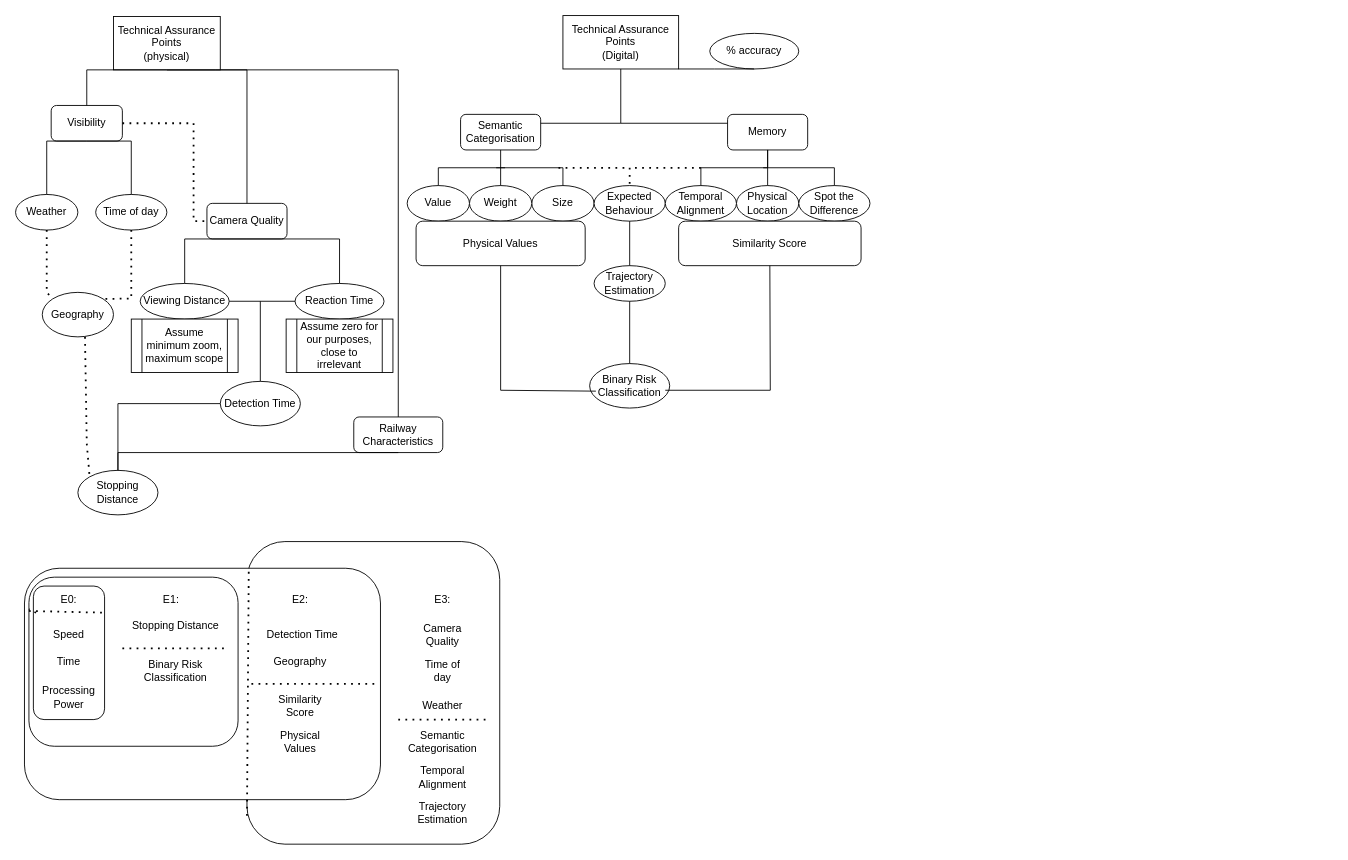
This is SafetyTree.drawio from TortoiseFather/SimpleRailwaySim, a draw.io file, before an edit. Source tidied: cells renumbered, new cells numbered last; positions are measured from the earlier drawing's top-left corner, leaving out a move shared by most shapes. Both pictures are drawn from the tidied source at 89%, with x=0, y=0 at pixel (15, 15).
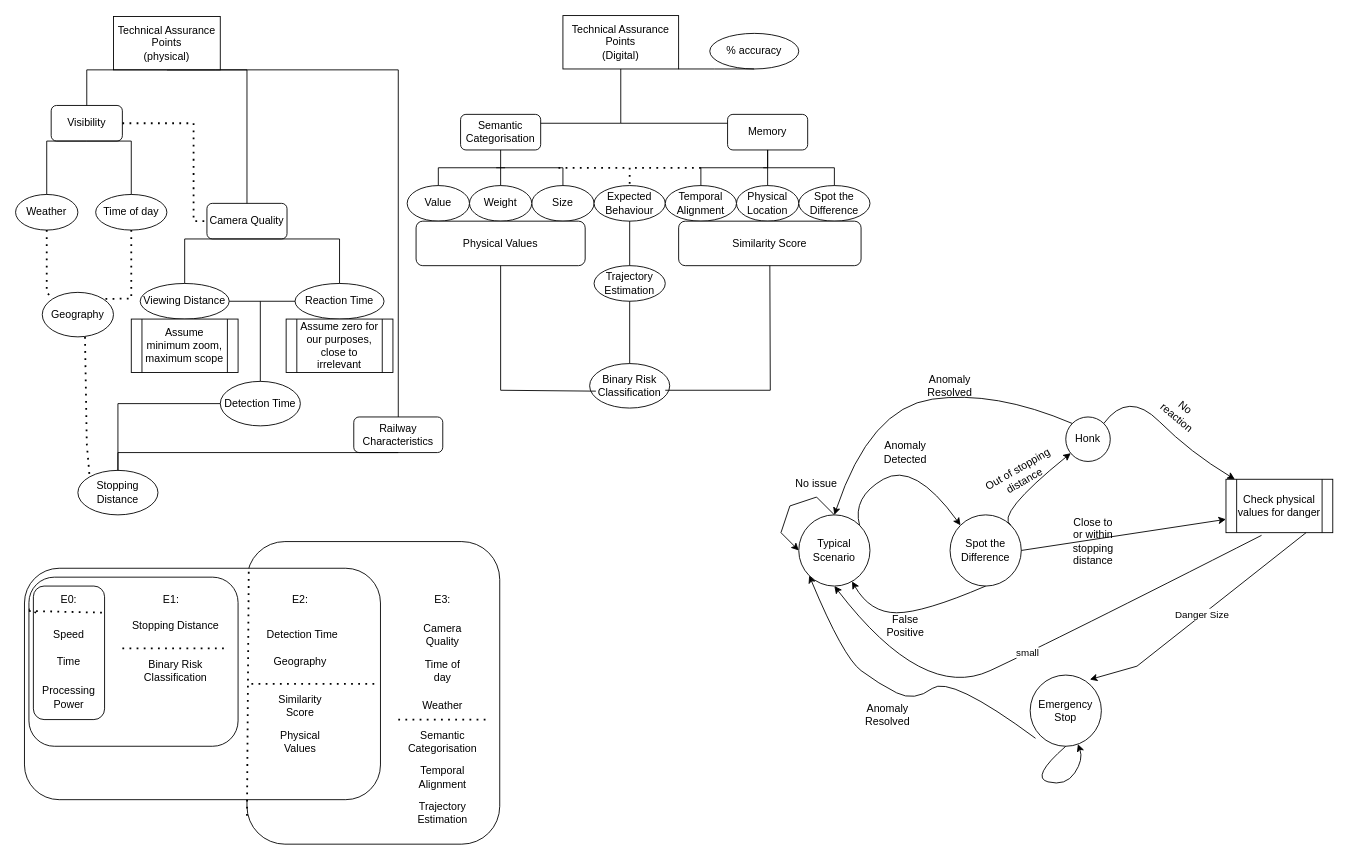
The same page after the edit.

What changed in the source:
```diff
@@
+    <mxCell id="89" value="Typical Scenario" style="ellipse;whiteSpace=wrap;html=1;" parent="1" vertex="1">
+      <mxGeometry x="880" y="561" width="80" height="80" as="geometry" />
+    </mxCell>
+    <mxCell id="90" style="endArrow=classic;html=1;rounded=0;exitX=0.5;exitY=0;exitDx=0;exitDy=0;entryX=0;entryY=0.5;entryDx=0;entryDy=0;" parent="1" edge="1" source="89" target="89">
+      <mxGeometry relative="1" as="geometry">
+        <Array as="points">
+          <mxPoint x="900" y="541" />
+          <mxPoint x="870" y="551" />
+          <mxPoint x="860" y="581" />
+        </Array>
+      </mxGeometry>
+    </mxCell>
+    <mxCell id="91" value="No issue" style="text;html=1;strokeColor=none;fillColor=none;align=center;verticalAlign=middle;whiteSpace=wrap;rounded=0;" parent="1" vertex="1">
+      <mxGeometry x="870" y="511" width="60" height="30" as="geometry" />
+    </mxCell>
+    <mxCell id="92" value="Spot the Difference" style="ellipse;whiteSpace=wrap;html=1;" parent="1" vertex="1">
+      <mxGeometry x="1050" y="561" width="80" height="80" as="geometry" />
+    </mxCell>
+    <mxCell id="93" style="curved=1;endArrow=classic;html=1;rounded=0;exitX=1;exitY=0;exitDx=0;exitDy=0;entryX=0;entryY=0;entryDx=0;entryDy=0;" parent="1" edge="1" source="89" target="92">
+      <mxGeometry relative="1" as="geometry">
+        <Array as="points">
+          <mxPoint x="940" y="541" />
+          <mxPoint x="1010" y="501" />
+        </Array>
+      </mxGeometry>
+    </mxCell>
+    <mxCell id="94" value="Anomaly Detected" style="text;html=1;strokeColor=none;fillColor=none;align=center;verticalAlign=middle;whiteSpace=wrap;rounded=0;" parent="1" vertex="1">
+      <mxGeometry x="970" y="476" width="60" height="30" as="geometry" />
+    </mxCell>
+    <mxCell id="95" style="curved=1;endArrow=classic;html=1;rounded=0;exitX=0.5;exitY=1;exitDx=0;exitDy=0;" parent="1" edge="1" source="92" target="89">
+      <mxGeometry relative="1" as="geometry">
+        <Array as="points">
+          <mxPoint x="1020" y="671" />
+          <mxPoint x="960" y="671" />
+        </Array>
+      </mxGeometry>
+    </mxCell>
+    <mxCell id="96" value="False Positive" style="text;html=1;strokeColor=none;fillColor=none;align=center;verticalAlign=middle;whiteSpace=wrap;rounded=0;" parent="1" vertex="1">
+      <mxGeometry x="970" y="671" width="60" height="30" as="geometry" />
+    </mxCell>
+    <mxCell id="97" value="Honk" style="ellipse;whiteSpace=wrap;html=1;" parent="1" vertex="1">
+      <mxGeometry x="1180" y="451" width="50" height="50" as="geometry" />
+    </mxCell>
+    <mxCell id="98" value="Emergency Stop" style="ellipse;whiteSpace=wrap;html=1;" parent="1" vertex="1">
+      <mxGeometry x="1140" y="741" width="80" height="80" as="geometry" />
+    </mxCell>
+    <mxCell id="99" style="curved=1;endArrow=classic;html=1;rounded=0;exitX=0.5;exitY=1;exitDx=0;exitDy=0;" parent="1" edge="1" source="98" target="98">
+      <mxGeometry relative="1" as="geometry">
+        <Array as="points">
+          <mxPoint x="1140" y="856" />
+          <mxPoint x="1180" y="866" />
+          <mxPoint x="1200" y="836" />
+        </Array>
+      </mxGeometry>
+    </mxCell>
+    <mxCell id="100" style="curved=1;endArrow=classic;html=1;rounded=0;exitX=0.075;exitY=0.888;exitDx=0;exitDy=0;exitPerimeter=0;entryX=0;entryY=1;entryDx=0;entryDy=0;" parent="1" edge="1" source="98" target="89">
+      <mxGeometry relative="1" as="geometry">
+        <Array as="points">
+          <mxPoint x="1050" y="741" />
+          <mxPoint x="1010" y="771" />
+          <mxPoint x="970" y="751" />
+          <mxPoint x="930" y="721" />
+        </Array>
+      </mxGeometry>
+    </mxCell>
+    <mxCell id="101" value="Anomaly Resolved" style="text;html=1;strokeColor=none;fillColor=none;align=center;verticalAlign=middle;whiteSpace=wrap;rounded=0;" parent="1" vertex="1">
+      <mxGeometry x="950" y="771" width="60" height="30" as="geometry" />
+    </mxCell>
+    <mxCell id="102" style="curved=1;endArrow=classic;html=1;rounded=0;exitX=1;exitY=0;exitDx=0;exitDy=0;" parent="1" edge="1" source="92" target="97">
+      <mxGeometry relative="1" as="geometry">
+        <Array as="points">
+          <mxPoint x="1100" y="561" />
+        </Array>
+      </mxGeometry>
+    </mxCell>
+    <mxCell id="103" value="Out of stopping distance" style="text;html=1;strokeColor=none;fillColor=none;align=center;verticalAlign=middle;whiteSpace=wrap;rounded=0;rotation=-30;" parent="1" vertex="1">
+      <mxGeometry x="1080" y="501" width="100" height="30" as="geometry" />
+    </mxCell>
+    <mxCell id="104" style="curved=1;endArrow=classic;html=1;rounded=0;exitX=0;exitY=0;exitDx=0;exitDy=0;entryX=0.5;entryY=0;entryDx=0;entryDy=0;" parent="1" edge="1" source="97" target="89">
+      <mxGeometry relative="1" as="geometry">
+        <Array as="points">
+          <mxPoint x="1100" y="421" />
+          <mxPoint x="960" y="441" />
+        </Array>
+      </mxGeometry>
+    </mxCell>
+    <mxCell id="105" value="Anomaly Resolved" style="text;html=1;strokeColor=none;fillColor=none;align=center;verticalAlign=middle;whiteSpace=wrap;rounded=0;" parent="1" vertex="1">
+      <mxGeometry x="1020" y="401" width="60" height="30" as="geometry" />
+    </mxCell>
+    <mxCell id="106" value="Check physical values for danger" style="shape=process;whiteSpace=wrap;html=1;backgroundOutline=1;" parent="1" vertex="1">
+      <mxGeometry x="1360" y="521" width="120" height="60" as="geometry" />
+    </mxCell>
+    <mxCell id="107" style="curved=1;endArrow=classic;html=1;rounded=0;exitX=1;exitY=0;exitDx=0;exitDy=0;" parent="1" edge="1" source="97" target="106">
+      <mxGeometry relative="1" as="geometry">
+        <Array as="points">
+          <mxPoint x="1250" y="421" />
+          <mxPoint x="1320" y="491" />
+        </Array>
+      </mxGeometry>
+    </mxCell>
+    <mxCell id="108" value="No reaction" style="text;html=1;strokeColor=none;fillColor=none;align=center;verticalAlign=middle;whiteSpace=wrap;rounded=0;rotation=40;" parent="1" vertex="1">
+      <mxGeometry x="1280" y="431" width="60" height="30" as="geometry" />
+    </mxCell>
+    <mxCell id="109" style="endArrow=classic;html=1;rounded=0;exitX=1;exitY=0.5;exitDx=0;exitDy=0;entryX=0;entryY=0.75;entryDx=0;entryDy=0;" parent="1" edge="1" source="92" target="106">
+      <mxGeometry relative="1" as="geometry" />
+    </mxCell>
+    <mxCell id="110" value="Close to or within stopping distance" style="text;html=1;strokeColor=none;fillColor=none;align=center;verticalAlign=middle;whiteSpace=wrap;rounded=0;" parent="1" vertex="1">
+      <mxGeometry x="1181" y="551" width="60" height="80" as="geometry" />
+    </mxCell>
+    <mxCell id="111" value="Danger Size" style="endArrow=classic;html=1;rounded=0;entryX=0.838;entryY=0.063;entryDx=0;entryDy=0;entryPerimeter=0;exitX=0.75;exitY=1;exitDx=0;exitDy=0;" parent="1" edge="1" source="106" target="98">
+      <mxGeometry relative="1" as="geometry">
+        <Array as="points">
+          <mxPoint x="1260" y="731" />
+        </Array>
+      </mxGeometry>
+    </mxCell>
+    <mxCell id="112" value="small" style="curved=1;endArrow=classic;html=1;rounded=0;exitX=0.333;exitY=1.05;exitDx=0;exitDy=0;exitPerimeter=0;entryX=0.5;entryY=1;entryDx=0;entryDy=0;" parent="1" edge="1" source="106" target="89">
+      <mxGeometry relative="1" as="geometry">
+        <Array as="points">
+          <mxPoint x="1170" y="701" />
+          <mxPoint x="1020" y="771" />
+        </Array>
+      </mxGeometry>
+    </mxCell>
```
